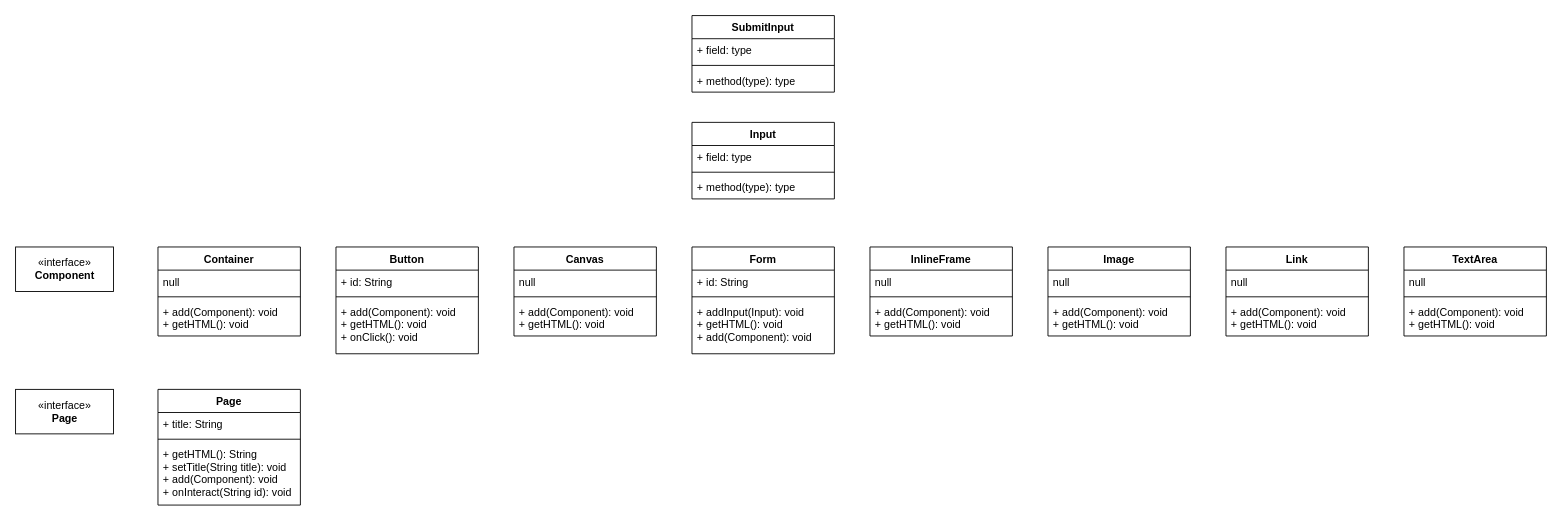
Before: page "ComponentSystem" (3 of 3) of plan/WebGraphics.drawio in VelocityPackage/webJ, a draw.io diagram. Source tidied: cells renumbered, new cells numbered last; positions are measured from the earlier drawing's top-left corner, leaving out a move shared by most shapes. Both pictures are drawn from the tidied source at 89%, with x=0, y=0 at pixel (15, 15).
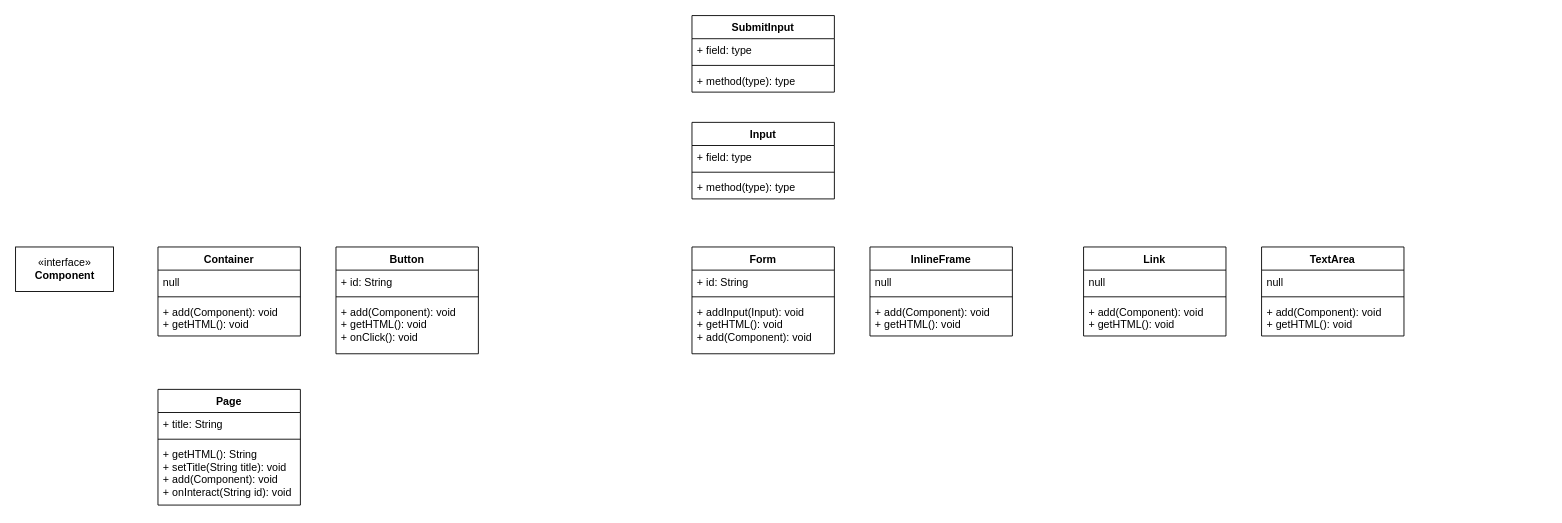
The same diagram, later.

What changed in the source:
```diff
@@
-    <mxCell id="11" value="Canvas" style="swimlane;fontStyle=1;align=center;verticalAlign=top;horizontal=1;startSize=26;" parent="1" vertex="1">
-      <mxGeometry x="560" y="260" width="160" height="100" as="geometry" />
-    </mxCell>
-    <mxCell id="12" value="null" style="text;strokeColor=none;fillColor=none;align=left;verticalAlign=top;spacingLeft=4;spacingRight=4;overflow=hidden;" parent="11" vertex="1">
-      <mxGeometry y="26" width="160" height="26" as="geometry" />
-    </mxCell>
-    <mxCell id="13" style="line;strokeWidth=1;fillColor=none;align=left;verticalAlign=middle;spacingTop=-1;spacingLeft=3;spacingRight=3;labelPosition=right;" parent="11" vertex="1">
-      <mxGeometry y="52" width="160" height="8" as="geometry" />
-    </mxCell>
-    <mxCell id="14" value="+ add(Component): void&#10;+ getHTML(): void" style="text;strokeColor=none;fillColor=none;align=left;verticalAlign=top;spacingLeft=4;spacingRight=4;overflow=hidden;" parent="11" vertex="1">
-      <mxGeometry y="60" width="160" height="40" as="geometry" />
-    </mxCell>
@@
-    <mxCell id="23" value="Image" style="swimlane;fontStyle=1;align=center;verticalAlign=top;horizontal=1;startSize=26;" parent="1" vertex="1">
-      <mxGeometry x="1160" y="260" width="160" height="100" as="geometry" />
-    </mxCell>
-    <mxCell id="24" value="null" style="text;strokeColor=none;fillColor=none;align=left;verticalAlign=top;spacingLeft=4;spacingRight=4;overflow=hidden;" parent="23" vertex="1">
-      <mxGeometry y="26" width="160" height="26" as="geometry" />
-    </mxCell>
-    <mxCell id="25" style="line;strokeWidth=1;fillColor=none;align=left;verticalAlign=middle;spacingTop=-1;spacingLeft=3;spacingRight=3;labelPosition=right;" parent="23" vertex="1">
-      <mxGeometry y="52" width="160" height="8" as="geometry" />
-    </mxCell>
-    <mxCell id="26" value="+ add(Component): void&#10;+ getHTML(): void" style="text;strokeColor=none;fillColor=none;align=left;verticalAlign=top;spacingLeft=4;spacingRight=4;overflow=hidden;" parent="23" vertex="1">
-      <mxGeometry y="60" width="160" height="40" as="geometry" />
-    </mxCell>
     <mxCell id="27" value="Link" style="swimlane;fontStyle=1;align=center;verticalAlign=top;horizontal=1;startSize=26;" parent="1" vertex="1">
-      <mxGeometry x="1360" y="260" width="160" height="100" as="geometry" />
+      <mxGeometry x="1200" y="260" width="160" height="100" as="geometry" />
     </mxCell>
@@
     <mxCell id="31" value="TextArea" style="swimlane;fontStyle=1;align=center;verticalAlign=top;horizontal=1;startSize=26;" parent="1" vertex="1">
-      <mxGeometry x="1560" y="260" width="160" height="100" as="geometry" />
+      <mxGeometry x="1400" y="260" width="160" height="100" as="geometry" />
     </mxCell>
@@
-    <mxCell id="43" value="«interface»&lt;br&gt;&lt;b&gt;Page&lt;/b&gt;" style="html=1;" parent="1" vertex="1">
-      <mxGeometry y="420" width="110" height="50" as="geometry" />
-    </mxCell>
```
